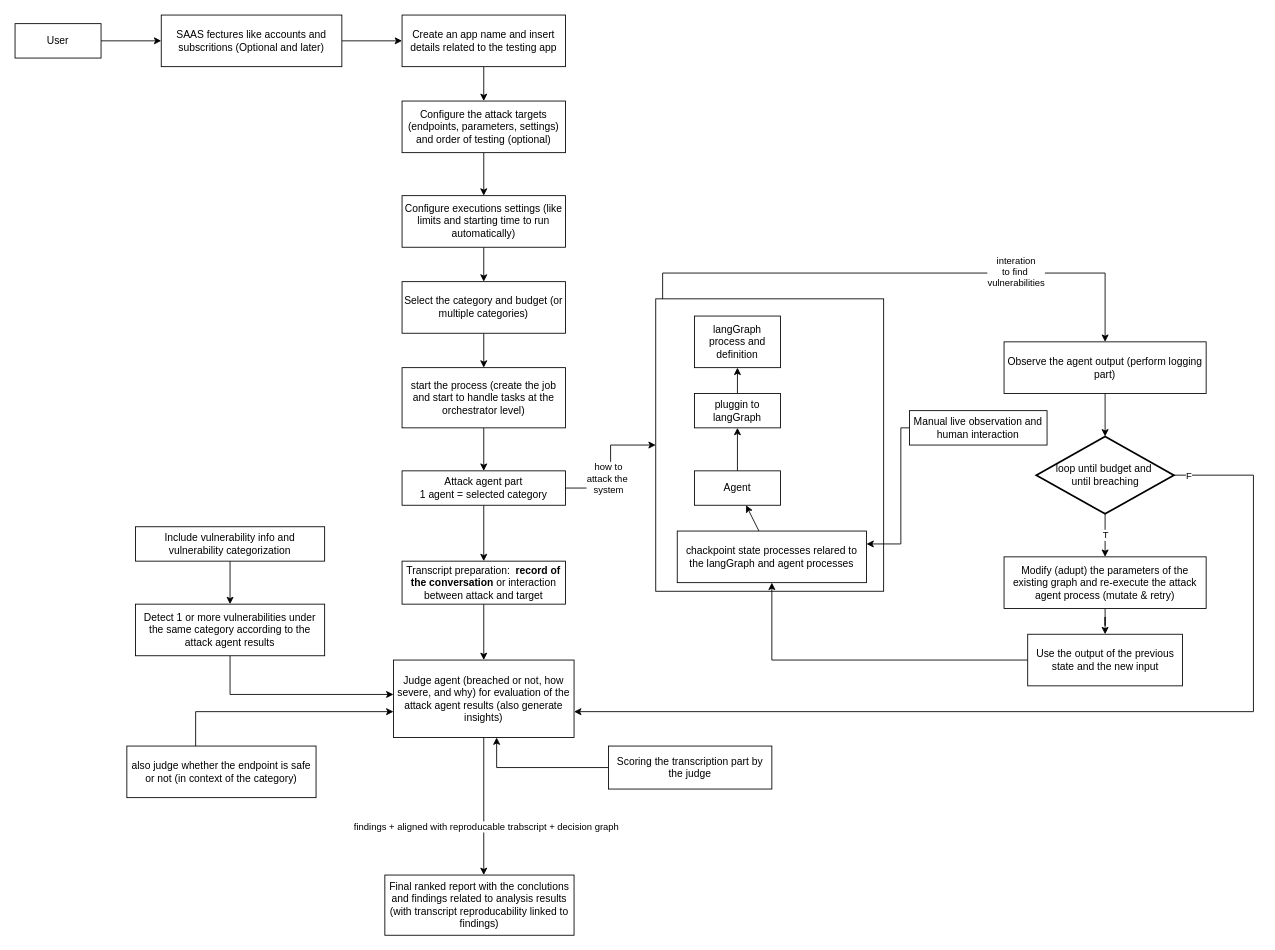
Above: docs/User flow.drawio in MrRaveen/Red-line (draw.io), before the change. Source tidied: cells renumbered, new cells numbered last; positions are measured from the earlier drawing's top-left corner, leaving out a move shared by most shapes. Both pictures are drawn from the tidied source at 86%, with x=0, y=0 at pixel (15, 15).
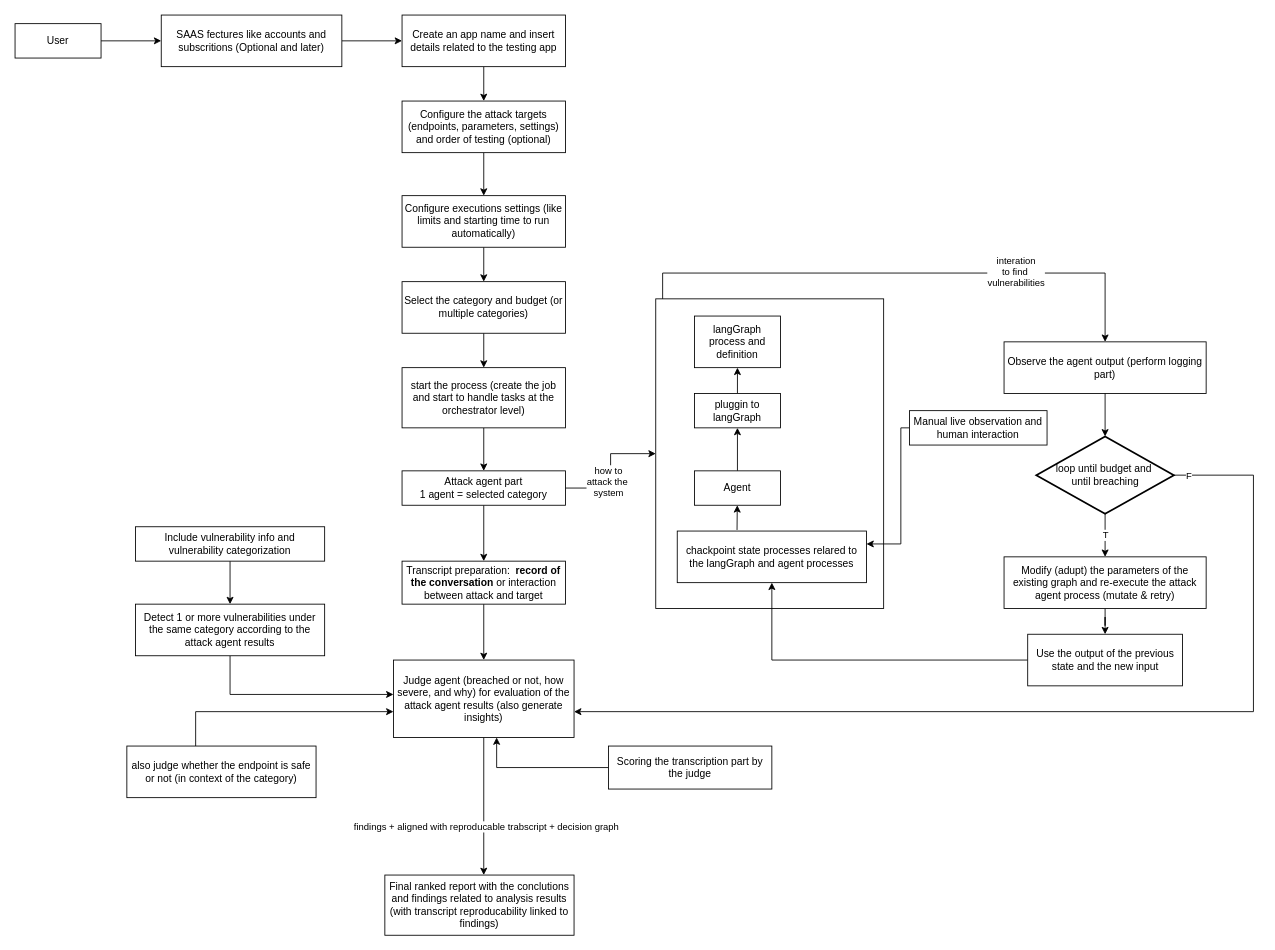
The same diagram, later.

The change refers to these unchanged cells:
```xml
<mxCell id="29" value="chackpoint state processes relared to the langGraph and agent processes" style="whiteSpace=wrap;html=1;align=center;" parent="1" vertex="1">
  <mxGeometry x="770" y="600" width="220" height="60" as="geometry" />
</mxCell>
<mxCell id="52" value="Agent" style="whiteSpace=wrap;html=1;align=center;" parent="1" vertex="1">
  <mxGeometry x="790" y="530" width="100" height="40" as="geometry" />
</mxCell>
```

Diff of the diagram source:
```diff
@@
     <mxCell id="20" style="rounded=0;whiteSpace=wrap;html=1;fillColor=none;" parent="1" vertex="1">
-      <mxGeometry x="745" y="330" width="265" height="340" as="geometry" />
+      <mxGeometry x="745" y="330" width="265" height="360" as="geometry" />
     </mxCell>
@@
-    <mxCell id="28" style="edgeStyle=none;html=1;" parent="1" edge="1" source="29" target="52">
+    <mxCell id="28" style="edgeStyle=none;html=1;exitX=0.316;exitY=-0.021;exitDx=0;exitDy=0;exitPerimeter=0;" parent="1" edge="1" source="29" target="52">
       <mxGeometry relative="1" as="geometry" />
     </mxCell>
```
